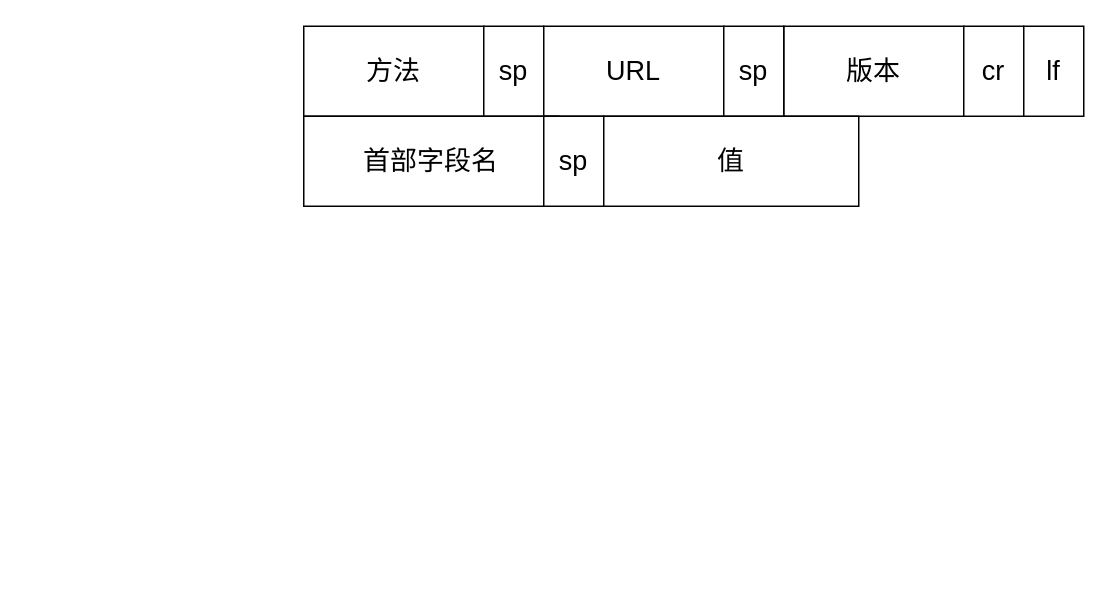
Above: 计算机/计算机网络/drawio files/HTTP请求报文的通用格式.drawio in Ecifics/Note (draw.io), before the change. Source tidied: cells renumbered, new cells numbered last; positions are measured from the earlier drawing's top-left corner, leaving out a move shared by most shapes. Both pictures are drawn from the tidied source at 150%, with x=0, y=0 at pixel (303, 26).
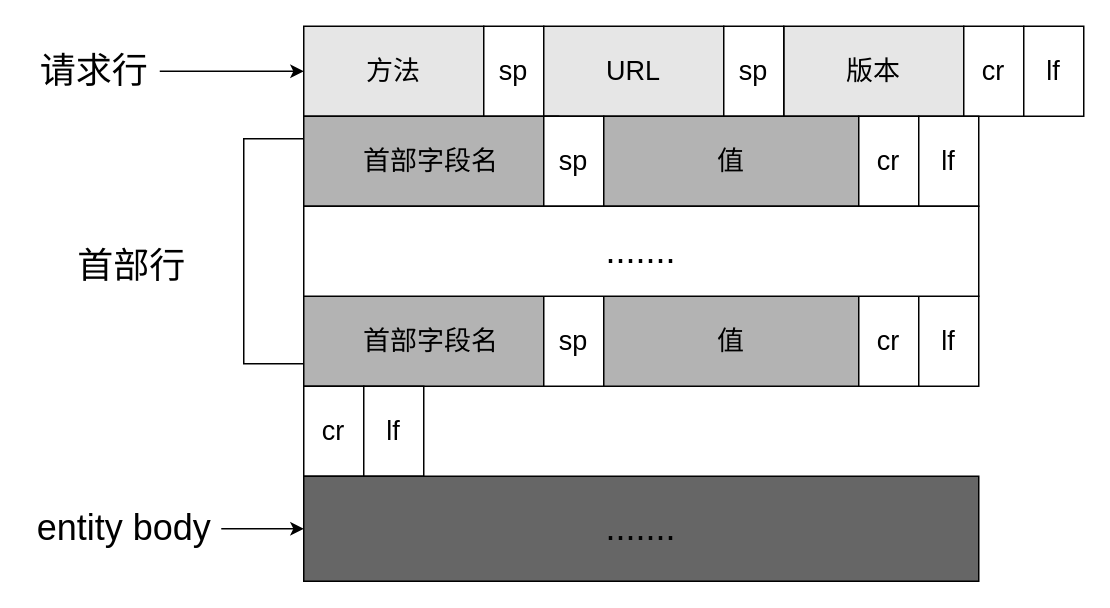
The same page after the edit.

Change to the diagram source:
```diff
@@
-    <mxCell id="2" value="&lt;font style=&quot;font-size: 18px&quot;&gt;方法&lt;/font&gt;" style="rounded=0;whiteSpace=wrap;html=1;" parent="1" vertex="1">
+    <mxCell id="2" value="&lt;font style=&quot;font-size: 18px&quot;&gt;方法&lt;/font&gt;" style="rounded=0;whiteSpace=wrap;html=1;fillColor=#E6E6E6;" parent="1" vertex="1">
       <mxGeometry width="120" height="60" as="geometry" />
     </mxCell>
@@
-    <mxCell id="4" value="&lt;font style=&quot;font-size: 18px&quot;&gt;URL&lt;/font&gt;" style="rounded=0;whiteSpace=wrap;html=1;" parent="1" vertex="1">
+    <mxCell id="4" value="&lt;font style=&quot;font-size: 18px&quot;&gt;URL&lt;/font&gt;" style="rounded=0;whiteSpace=wrap;html=1;fillColor=#E6E6E6;" parent="1" vertex="1">
       <mxGeometry x="160" width="120" height="60" as="geometry" />
     </mxCell>
-    <mxCell id="5" value="&lt;font style=&quot;font-size: 18px&quot;&gt;版本&lt;/font&gt;" style="rounded=0;whiteSpace=wrap;html=1;" parent="1" vertex="1">
+    <mxCell id="5" value="&lt;font style=&quot;font-size: 18px&quot;&gt;版本&lt;/font&gt;" style="rounded=0;whiteSpace=wrap;html=1;fillColor=#E6E6E6;" parent="1" vertex="1">
       <mxGeometry x="320" width="120" height="60" as="geometry" />
     </mxCell>
@@
-    <mxCell id="9" value="首部字段名" style="rounded=0;whiteSpace=wrap;html=1;fontSize=18;" parent="1" vertex="1">
+    <mxCell id="9" value="首部字段名" style="rounded=0;whiteSpace=wrap;html=1;fontSize=18;fillColor=#B3B3B3;" parent="1" vertex="1">
       <mxGeometry y="60" width="170" height="60" as="geometry" />
     </mxCell>
@@
-    <mxCell id="11" value="值" style="rounded=0;whiteSpace=wrap;html=1;fontSize=18;" parent="1" vertex="1">
+    <mxCell id="11" value="值" style="rounded=0;whiteSpace=wrap;html=1;fontSize=18;fillColor=#B3B3B3;" parent="1" vertex="1">
       <mxGeometry x="200" y="60" width="170" height="60" as="geometry" />
     </mxCell>
+    <mxCell id="12" value="&lt;font style=&quot;font-size: 18px&quot;&gt;cr&lt;/font&gt;" style="rounded=0;whiteSpace=wrap;html=1;" parent="1" vertex="1">
+      <mxGeometry x="370" y="60" width="40" height="60" as="geometry" />
+    </mxCell>
+    <mxCell id="13" value="&lt;font style=&quot;font-size: 18px&quot;&gt;lf&lt;/font&gt;" style="rounded=0;whiteSpace=wrap;html=1;" parent="1" vertex="1">
+      <mxGeometry x="410" y="60" width="40" height="60" as="geometry" />
+    </mxCell>
+    <mxCell id="14" value="首部字段名" style="rounded=0;whiteSpace=wrap;html=1;fontSize=18;fillColor=#B3B3B3;" parent="1" vertex="1">
+      <mxGeometry y="180" width="170" height="60" as="geometry" />
+    </mxCell>
+    <mxCell id="15" value="&lt;font style=&quot;font-size: 18px&quot;&gt;sp&lt;/font&gt;" style="rounded=0;whiteSpace=wrap;html=1;" parent="1" vertex="1">
+      <mxGeometry x="160" y="180" width="40" height="60" as="geometry" />
+    </mxCell>
+    <mxCell id="16" value="值" style="rounded=0;whiteSpace=wrap;html=1;fontSize=18;fillColor=#B3B3B3;" parent="1" vertex="1">
+      <mxGeometry x="200" y="180" width="170" height="60" as="geometry" />
+    </mxCell>
+    <mxCell id="17" value="&lt;font style=&quot;font-size: 18px&quot;&gt;cr&lt;/font&gt;" style="rounded=0;whiteSpace=wrap;html=1;" parent="1" vertex="1">
+      <mxGeometry x="370" y="180" width="40" height="60" as="geometry" />
+    </mxCell>
+    <mxCell id="18" value="&lt;font style=&quot;font-size: 18px&quot;&gt;lf&lt;/font&gt;" style="rounded=0;whiteSpace=wrap;html=1;" parent="1" vertex="1">
+      <mxGeometry x="410" y="180" width="40" height="60" as="geometry" />
+    </mxCell>
+    <mxCell id="19" value="&lt;font style=&quot;font-size: 24px&quot;&gt;.......&lt;/font&gt;" style="rounded=0;whiteSpace=wrap;html=1;" parent="1" vertex="1">
+      <mxGeometry y="120" width="450" height="60" as="geometry" />
+    </mxCell>
+    <mxCell id="20" style="endArrow=classic;html=1;rounded=0;fontSize=24;entryX=0;entryY=0.5;entryDx=0;entryDy=0;" parent="1" edge="1" target="2">
+      <mxGeometry relative="1" as="geometry">
+        <mxPoint x="-96" y="30" as="sourcePoint" />
+      </mxGeometry>
+    </mxCell>
+    <mxCell id="21" value="请求行" style="text;html=1;align=center;verticalAlign=middle;strokeColor=none;fillColor=none;fontSize=24;" parent="1" vertex="1">
+      <mxGeometry x="-185" y="15" width="90" height="30" as="geometry" />
+    </mxCell>
+    <mxCell id="22" style="endArrow=none;html=1;rounded=0;fontSize=24;exitX=0;exitY=0.75;exitDx=0;exitDy=0;entryX=0;entryY=0.25;entryDx=0;entryDy=0;" parent="1" edge="1" source="14" target="9">
+      <mxGeometry relative="1" as="geometry">
+        <Array as="points">
+          <mxPoint x="-40" y="225" />
+          <mxPoint x="-40" y="75" />
+        </Array>
+      </mxGeometry>
+    </mxCell>
+    <mxCell id="23" value="首部行" style="text;html=1;align=center;verticalAlign=middle;strokeColor=none;fillColor=none;fontSize=24;" parent="1" vertex="1">
+      <mxGeometry x="-160" y="145" width="90" height="30" as="geometry" />
+    </mxCell>
+    <mxCell id="24" value="&lt;font style=&quot;font-size: 18px&quot;&gt;cr&lt;/font&gt;" style="rounded=0;whiteSpace=wrap;html=1;" parent="1" vertex="1">
+      <mxGeometry y="240" width="40" height="60" as="geometry" />
+    </mxCell>
+    <mxCell id="25" value="&lt;font style=&quot;font-size: 18px&quot;&gt;lf&lt;/font&gt;" style="rounded=0;whiteSpace=wrap;html=1;" parent="1" vertex="1">
+      <mxGeometry x="40" y="240" width="40" height="60" as="geometry" />
+    </mxCell>
+    <mxCell id="26" value="......." style="rounded=0;whiteSpace=wrap;html=1;fontSize=24;fillColor=#666666;" parent="1" vertex="1">
+      <mxGeometry y="300" width="450" height="70" as="geometry" />
+    </mxCell>
+    <mxCell id="27" style="edgeStyle=orthogonalEdgeStyle;rounded=0;jettySize=auto;html=1;entryX=0;entryY=0.5;entryDx=0;entryDy=0;fontSize=24;" parent="1" edge="1" source="28" target="26">
+      <mxGeometry relative="1" as="geometry" />
+    </mxCell>
+    <mxCell id="28" value="entity body" style="text;html=1;align=center;verticalAlign=middle;points=[];strokeColor=none;fillColor=none;fontSize=24;" parent="1" vertex="1">
+      <mxGeometry x="-185" y="320" width="130" height="30" as="geometry" />
+    </mxCell>
```
